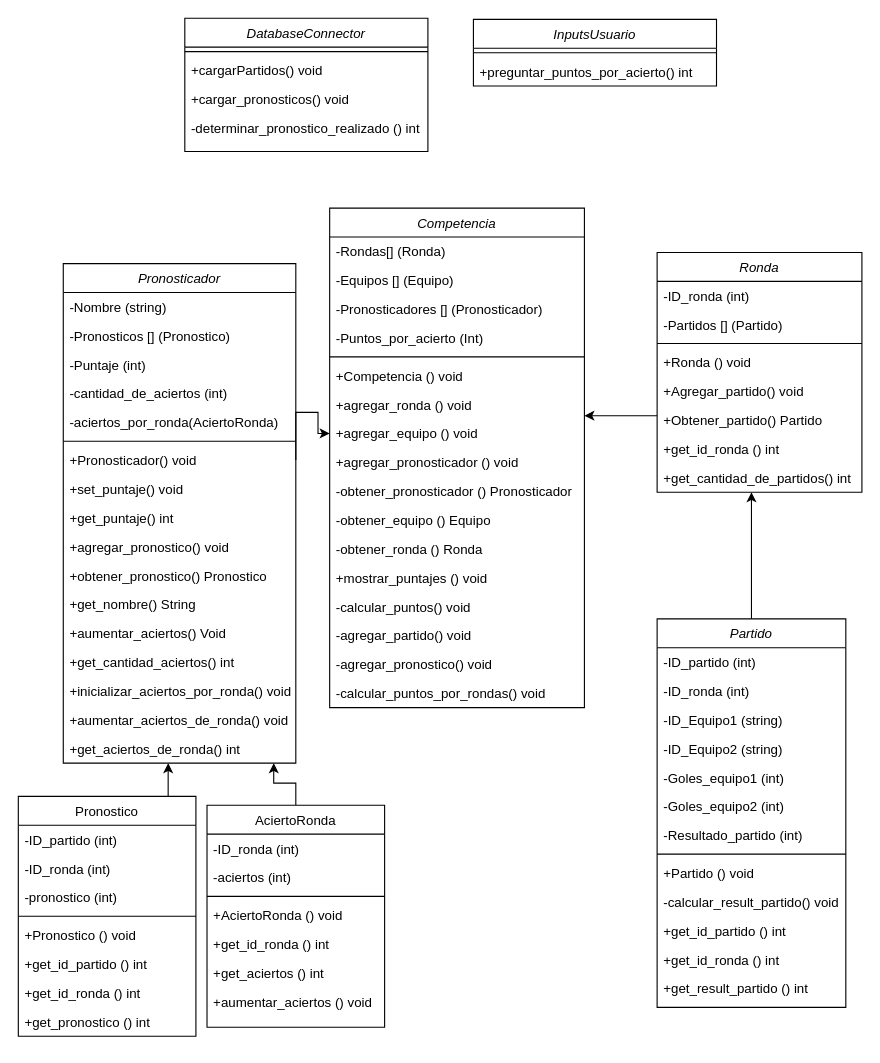
Above: doc/UML_Pronosticador_Deportivo.drawio in gmenendez0/Pronosticador_Deportivo (draw.io), before the change. Source tidied: cells renumbered, new cells numbered last; positions are measured from the earlier drawing's top-left corner, leaving out a move shared by most shapes. Both pictures are drawn from the tidied source at 111%, with x=0, y=0 at pixel (18, 18).
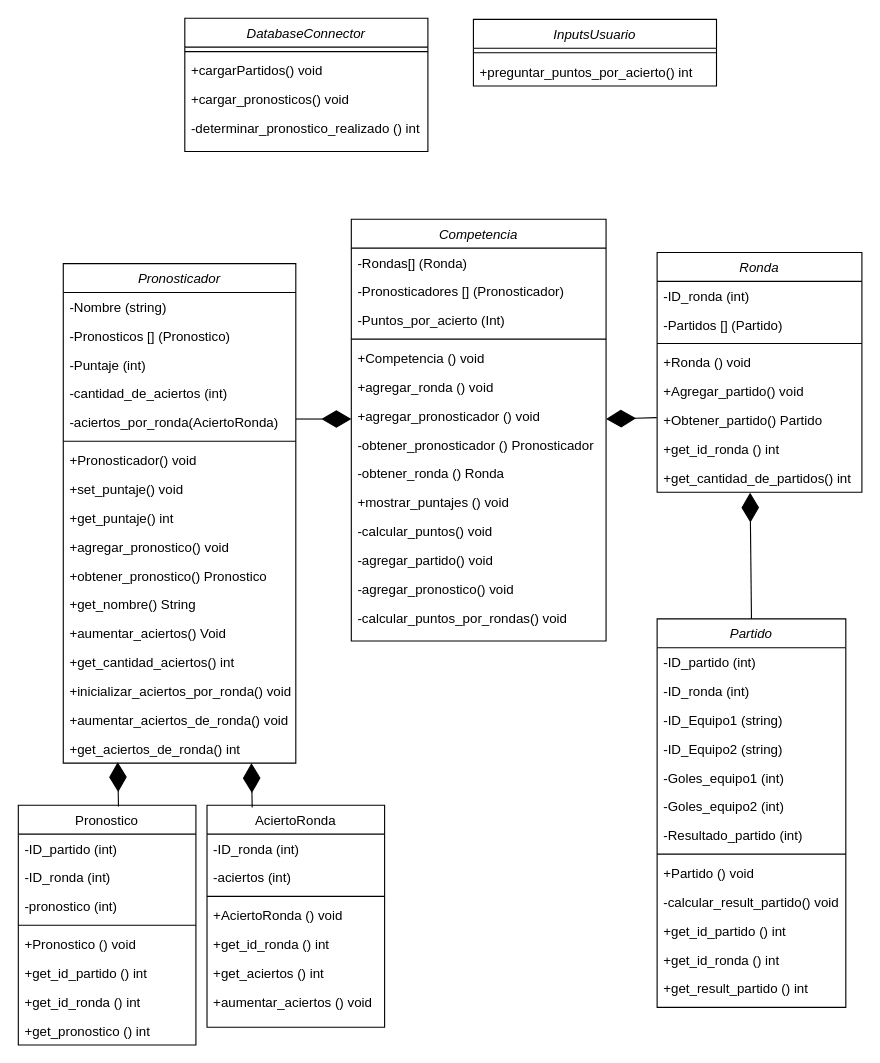
After the change.

Commit message (it also covers changes not shown here):
-Se actualiza la documentacion.

The change refers to these unchanged cells:
```xml
<mxCell id="10" value="+Pronosticador() void" style="text;align=left;verticalAlign=top;spacingLeft=4;spacingRight=4;overflow=hidden;points=[[0,0.5],[1,0.5]];portConstraint=eastwest;rounded=0;shadow=0;html=0;" parent="3" vertex="1">
  <mxGeometry y="164" width="209.5" height="26" as="geometry" />
</mxCell>
<mxCell id="20" value="+get_aciertos_de_ronda() int" style="text;align=left;verticalAlign=top;spacingLeft=4;spacingRight=4;overflow=hidden;points=[[0,0.5],[1,0.5]];portConstraint=eastwest;rounded=0;shadow=0;html=0;" parent="3" vertex="1">
  <mxGeometry y="424" width="209.5" height="26" as="geometry" />
</mxCell>
<mxCell id="32" value="Partido" style="swimlane;fontStyle=2;align=center;verticalAlign=top;horizontal=1;startSize=26;rounded=0;shadow=0;strokeWidth=1;" parent="1" vertex="1">
  <mxGeometry x="575.5" y="541" width="170" height="350" as="geometry" />
</mxCell>
<mxCell id="47" value="Ronda" style="swimlane;fontStyle=2;align=center;verticalAlign=top;horizontal=1;startSize=26;rounded=0;shadow=0;strokeWidth=1;" parent="1" vertex="1">
  <mxGeometry x="575.5" y="211" width="184.5" height="216" as="geometry" />
</mxCell>
<mxCell id="53" value="+Obtener_partido() Partido" style="text;align=left;verticalAlign=top;spacingLeft=4;spacingRight=4;overflow=hidden;points=[[0,0.5],[1,0.5]];portConstraint=eastwest;rounded=0;shadow=0;html=0;" parent="47" vertex="1">
  <mxGeometry y="138" width="184.5" height="26" as="geometry" />
</mxCell>
<mxCell id="55" value="+get_cantidad_de_partidos() int" style="text;align=left;verticalAlign=top;spacingLeft=4;spacingRight=4;overflow=hidden;points=[[0,0.5],[1,0.5]];portConstraint=eastwest;rounded=0;shadow=0;html=0;" parent="47" vertex="1">
  <mxGeometry y="190" width="184.5" height="26" as="geometry" />
</mxCell>
<mxCell id="83" value="AciertoRonda" style="swimlane;fontStyle=0;align=center;verticalAlign=top;horizontal=1;startSize=26;rounded=0;shadow=0;strokeWidth=1;" parent="1" vertex="1">
  <mxGeometry x="170" y="709" width="160" height="200" as="geometry" />
</mxCell>
```

Change to the diagram source:
```diff
@@
-    <mxCell id="2" style="edgeStyle=orthogonalEdgeStyle;rounded=0;jettySize=auto;html=1;entryX=0;entryY=0.5;entryDx=0;entryDy=0;exitX=1;exitY=0.5;exitDx=0;exitDy=0;" parent="1" edge="1" source="10" target="64">
-      <mxGeometry relative="1" as="geometry">
-        <Array as="points">
-          <mxPoint x="250" y="355" />
-          <mxPoint x="270" y="355" />
-          <mxPoint x="270" y="374" />
-        </Array>
-      </mxGeometry>
-    </mxCell>
@@
-    <mxCell id="21" style="edgeStyle=orthogonalEdgeStyle;rounded=0;jettySize=auto;html=1;" parent="1" edge="1" source="22" target="20">
-      <mxGeometry relative="1" as="geometry">
-        <Array as="points">
-          <mxPoint x="135" y="681" />
-          <mxPoint x="135" y="681" />
-        </Array>
-      </mxGeometry>
-    </mxCell>
     <mxCell id="22" value="Pronostico" style="swimlane;fontStyle=0;align=center;verticalAlign=top;horizontal=1;startSize=26;rounded=0;shadow=0;strokeWidth=1;" parent="1" vertex="1">
-      <mxGeometry y="701" width="160" height="216" as="geometry" />
+      <mxGeometry y="709" width="160" height="216" as="geometry" />
     </mxCell>
@@
-    <mxCell id="31" style="edgeStyle=orthogonalEdgeStyle;rounded=0;jettySize=auto;html=1;" parent="1" edge="1" source="32" target="55">
-      <mxGeometry relative="1" as="geometry">
-        <Array as="points">
-          <mxPoint x="660" y="451" />
-          <mxPoint x="660" y="451" />
-        </Array>
-      </mxGeometry>
-    </mxCell>
@@
-    <mxCell id="46" style="edgeStyle=orthogonalEdgeStyle;rounded=0;jettySize=auto;html=1;" parent="1" edge="1" source="47">
-      <mxGeometry relative="1" as="geometry">
-        <mxPoint x="510" y="358" as="targetPoint" />
-        <Array as="points">
-          <mxPoint x="525.5" y="358" />
-          <mxPoint x="525.5" y="358" />
-        </Array>
-      </mxGeometry>
-    </mxCell>
@@
     <mxCell id="56" value="Competencia" style="swimlane;fontStyle=2;align=center;verticalAlign=top;horizontal=1;startSize=26;rounded=0;shadow=0;strokeWidth=1;" parent="1" vertex="1">
-      <mxGeometry x="280.5" y="171" width="229.5" height="450" as="geometry" />
+      <mxGeometry x="300" y="181" width="229.5" height="380" as="geometry" />
     </mxCell>
@@
-    <mxCell id="58" value="-Equipos [] (Equipo)" style="text;align=left;verticalAlign=top;spacingLeft=4;spacingRight=4;overflow=hidden;rounded=0;shadow=0;html=0;" parent="56" vertex="1">
-      <mxGeometry y="52" width="229.5" height="26" as="geometry" />
-    </mxCell>
     <mxCell id="59" value="-Pronosticadores [] (Pronosticador)" style="text;align=left;verticalAlign=top;spacingLeft=4;spacingRight=4;overflow=hidden;rounded=0;shadow=0;html=0;" parent="56" vertex="1">
-      <mxGeometry y="78" width="229.5" height="26" as="geometry" />
+      <mxGeometry y="52" width="229.5" height="26" as="geometry" />
     </mxCell>
     <mxCell id="60" value="-Puntos_por_acierto (Int)" style="text;align=left;verticalAlign=top;spacingLeft=4;spacingRight=4;overflow=hidden;rounded=0;shadow=0;html=0;" parent="56" vertex="1">
-      <mxGeometry y="104" width="229.5" height="26" as="geometry" />
+      <mxGeometry y="78" width="229.5" height="26" as="geometry" />
     </mxCell>
     <mxCell id="61" style="line;html=1;strokeWidth=1;align=left;verticalAlign=middle;spacingTop=-1;spacingLeft=3;spacingRight=3;labelPosition=right;" parent="56" vertex="1">
-      <mxGeometry y="130" width="229.5" height="8" as="geometry" />
+      <mxGeometry y="104" width="229.5" height="8" as="geometry" />
     </mxCell>
     <mxCell id="62" value="+Competencia () void" style="text;align=left;verticalAlign=top;spacingLeft=4;spacingRight=4;overflow=hidden;rounded=0;shadow=0;html=0;" parent="56" vertex="1">
-      <mxGeometry y="138" width="229.5" height="26" as="geometry" />
+      <mxGeometry y="112" width="229.5" height="26" as="geometry" />
     </mxCell>
     <mxCell id="63" value="+agregar_ronda () void" style="text;align=left;verticalAlign=top;spacingLeft=4;spacingRight=4;overflow=hidden;rounded=0;shadow=0;html=0;" parent="56" vertex="1">
-      <mxGeometry y="164" width="229.5" height="26" as="geometry" />
+      <mxGeometry y="138" width="229.5" height="26" as="geometry" />
     </mxCell>
-    <mxCell id="64" value="+agregar_equipo () void" style="text;align=left;verticalAlign=top;spacingLeft=4;spacingRight=4;overflow=hidden;points=[[0,0.5],[1,0.5]];portConstraint=eastwest;rounded=0;shadow=0;html=0;" parent="56" vertex="1">
-      <mxGeometry y="190" width="229.5" height="26" as="geometry" />
-    </mxCell>
     <mxCell id="65" value="+agregar_pronosticador () void" style="text;align=left;verticalAlign=top;spacingLeft=4;spacingRight=4;overflow=hidden;rounded=0;shadow=0;html=0;" parent="56" vertex="1">
-      <mxGeometry y="216" width="229.5" height="26" as="geometry" />
+      <mxGeometry y="164" width="229.5" height="26" as="geometry" />
     </mxCell>
     <mxCell id="66" value="-obtener_pronosticador () Pronosticador" style="text;align=left;verticalAlign=top;spacingLeft=4;spacingRight=4;overflow=hidden;rounded=0;shadow=0;html=0;" parent="56" vertex="1">
-      <mxGeometry y="242" width="229.5" height="26" as="geometry" />
+      <mxGeometry y="190" width="229.5" height="26" as="geometry" />
     </mxCell>
-    <mxCell id="67" value="-obtener_equipo () Equipo" style="text;align=left;verticalAlign=top;spacingLeft=4;spacingRight=4;overflow=hidden;rounded=0;shadow=0;html=0;" parent="56" vertex="1">
-      <mxGeometry y="268" width="229.5" height="26" as="geometry" />
-    </mxCell>
     <mxCell id="68" value="-obtener_ronda () Ronda" style="text;align=left;verticalAlign=top;spacingLeft=4;spacingRight=4;overflow=hidden;rounded=0;shadow=0;html=0;" parent="56" vertex="1">
-      <mxGeometry y="294" width="229.5" height="26" as="geometry" />
+      <mxGeometry y="216" width="229.5" height="26" as="geometry" />
     </mxCell>
     <mxCell id="69" value="+mostrar_puntajes () void" style="text;align=left;verticalAlign=top;spacingLeft=4;spacingRight=4;overflow=hidden;rounded=0;shadow=0;html=0;" parent="56" vertex="1">
-      <mxGeometry y="320" width="229.5" height="26" as="geometry" />
+      <mxGeometry y="242" width="229.5" height="26" as="geometry" />
     </mxCell>
     <mxCell id="70" value="-calcular_puntos() void" style="text;align=left;verticalAlign=top;spacingLeft=4;spacingRight=4;overflow=hidden;rounded=0;shadow=0;html=0;" parent="56" vertex="1">
-      <mxGeometry y="346" width="229.5" height="26" as="geometry" />
+      <mxGeometry y="268" width="229.5" height="26" as="geometry" />
     </mxCell>
     <mxCell id="71" value="-agregar_partido() void" style="text;align=left;verticalAlign=top;spacingLeft=4;spacingRight=4;overflow=hidden;rounded=0;shadow=0;html=0;" parent="56" vertex="1">
-      <mxGeometry y="372" width="229.5" height="26" as="geometry" />
+      <mxGeometry y="294" width="229.5" height="26" as="geometry" />
     </mxCell>
     <mxCell id="72" value="-agregar_pronostico() void" style="text;align=left;verticalAlign=top;spacingLeft=4;spacingRight=4;overflow=hidden;rounded=0;shadow=0;html=0;" parent="56" vertex="1">
-      <mxGeometry y="398" width="229.5" height="26" as="geometry" />
+      <mxGeometry y="320" width="229.5" height="26" as="geometry" />
     </mxCell>
     <mxCell id="73" value="-calcular_puntos_por_rondas() void" style="text;align=left;verticalAlign=top;spacingLeft=4;spacingRight=4;overflow=hidden;rounded=0;shadow=0;html=0;" parent="56" vertex="1">
-      <mxGeometry y="424" width="229.5" height="26" as="geometry" />
+      <mxGeometry y="346" width="229.5" height="26" as="geometry" />
     </mxCell>
@@
-    <mxCell id="82" style="edgeStyle=orthogonalEdgeStyle;rounded=0;jettySize=auto;html=1;entryX=0.905;entryY=1;entryDx=0;entryDy=0;entryPerimeter=0;" parent="1" edge="1" source="83" target="20">
-      <mxGeometry relative="1" as="geometry" />
-    </mxCell>
@@
+    <mxCell id="91" style="endArrow=diamondThin;endFill=1;endSize=24;html=1;rounded=0;" parent="1" edge="1">
+      <mxGeometry relative="1" as="geometry">
+        <mxPoint x="250" y="361" as="sourcePoint" />
+        <mxPoint x="300" y="361" as="targetPoint" />
+      </mxGeometry>
+    </mxCell>
+    <mxCell id="92" style="endArrow=diamondThin;endFill=1;endSize=24;html=1;rounded=0;exitX=-0.002;exitY=0.411;exitDx=0;exitDy=0;exitPerimeter=0;" parent="1" edge="1" source="53">
+      <mxGeometry relative="1" as="geometry">
+        <mxPoint x="529.5" y="361" as="targetPoint" />
+      </mxGeometry>
+    </mxCell>
+    <mxCell id="31" style="endArrow=diamondThin;endFill=1;endSize=24;html=1;rounded=0;exitX=0.5;exitY=0;exitDx=0;exitDy=0;entryX=0.454;entryY=1.013;entryDx=0;entryDy=0;entryPerimeter=0;" parent="1" edge="1" source="32" target="55">
+      <mxGeometry relative="1" as="geometry" />
+    </mxCell>
+    <mxCell id="21" style="endArrow=diamondThin;endFill=1;endSize=24;html=1;rounded=0;entryX=0.234;entryY=0.966;entryDx=0;entryDy=0;entryPerimeter=0;exitX=0.564;exitY=0.005;exitDx=0;exitDy=0;exitPerimeter=0;" parent="1" edge="1" source="22" target="20">
+      <mxGeometry relative="1" as="geometry" />
+    </mxCell>
+    <mxCell id="93" style="endArrow=diamondThin;endFill=1;endSize=24;html=1;rounded=0;entryX=0.234;entryY=0.966;entryDx=0;entryDy=0;entryPerimeter=0;exitX=0.564;exitY=0.005;exitDx=0;exitDy=0;exitPerimeter=0;" parent="1" edge="1">
+      <mxGeometry relative="1" as="geometry">
+        <mxPoint x="210.7" y="711" as="sourcePoint" />
+        <mxPoint x="210" y="671" as="targetPoint" />
+      </mxGeometry>
+    </mxCell>
```
